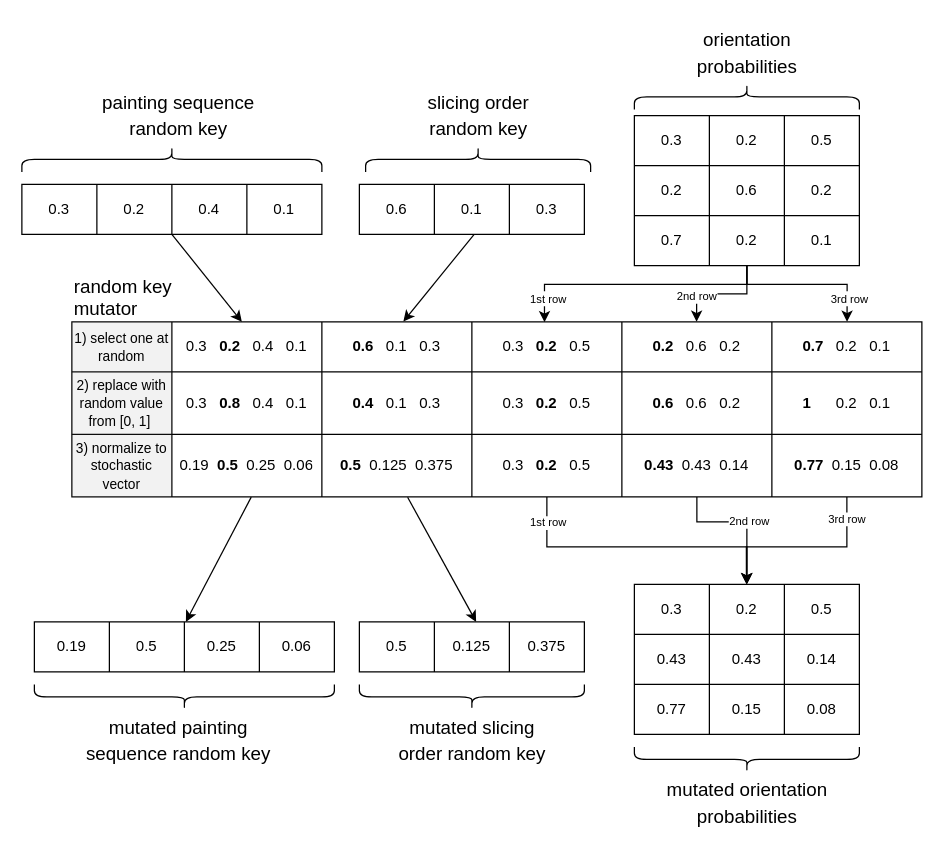
TaIos/master-thesis keeps this draw.io diagram as src/thesis/figures/muation.drawio. Above is the earlier version. Source tidied: cells renumbered, new cells numbered last; positions are measured from the earlier drawing's top-left corner, leaving out a move shared by most shapes. Both pictures are drawn from the tidied source at 125%, with x=0, y=0 at pixel (21, 21).
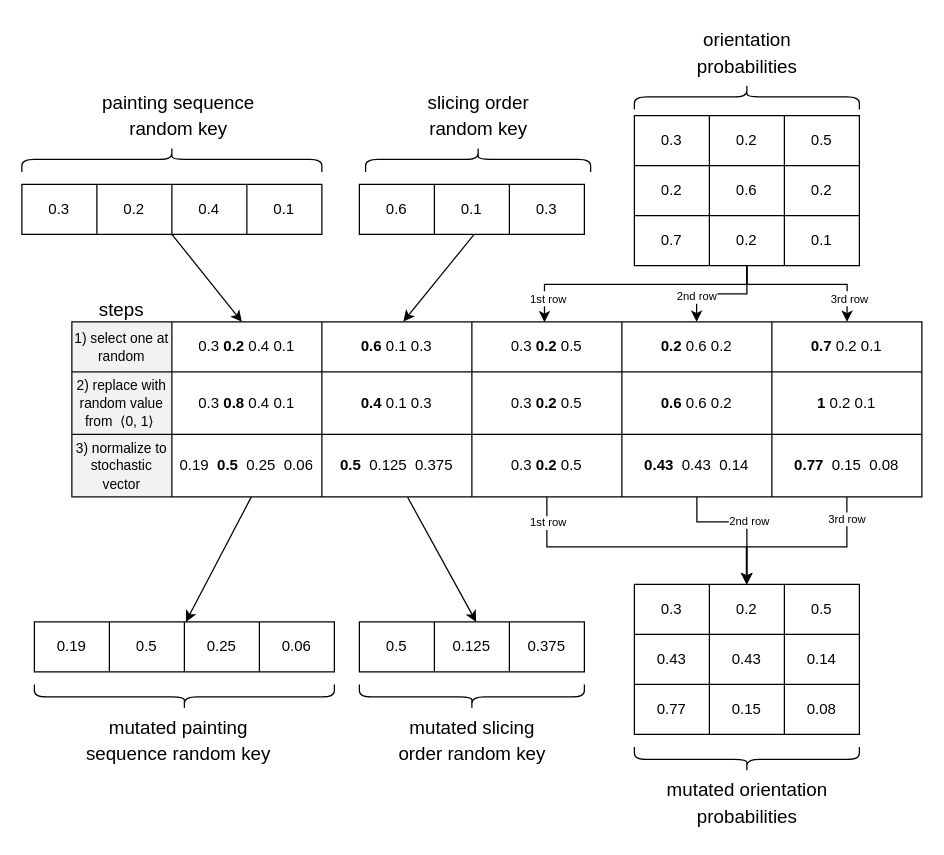
The same page after the edit.

The change refers to these unchanged cells:
```xml
<mxCell id="48" style="shape=tableRow;horizontal=0;startSize=0;swimlaneHead=0;swimlaneBody=0;top=0;left=0;bottom=0;right=0;fillColor=none;points=[[0,0.5],[1,0.5]];portConstraint=eastwest;" parent="47" vertex="1">
  <mxGeometry width="680" height="40" as="geometry" />
</mxCell>
<mxCell id="55" style="shape=tableRow;horizontal=0;startSize=0;swimlaneHead=0;swimlaneBody=0;top=0;left=0;bottom=0;right=0;fillColor=none;" parent="47" vertex="1">
  <mxGeometry y="40" width="680" height="50" as="geometry" />
</mxCell>
<mxCell id="62" style="shape=tableRow;horizontal=0;startSize=0;swimlaneHead=0;swimlaneBody=0;top=0;left=0;bottom=0;right=0;fillColor=none;points=[[0,0.5],[1,0.5]];portConstraint=eastwest;" parent="47" vertex="1">
  <mxGeometry y="90" width="680" height="50" as="geometry" />
</mxCell>
```

Change to the diagram source:
```diff
@@
-    <mxCell id="40" value="&lt;font style=&quot;font-size: 15px;&quot;&gt;random key&lt;br&gt;mutator&lt;/font&gt;" style="text;html=1;align=left;verticalAlign=middle;strokeColor=none;fillColor=none;" parent="1" vertex="1">
-      <mxGeometry x="40" y="195" width="100" height="50" as="geometry" />
+    <mxCell id="40" value="&lt;span style=&quot;font-size: 15px;&quot;&gt;steps&lt;/span&gt;" style="text;html=1;align=left;verticalAlign=middle;strokeColor=none;fillColor=none;" parent="1" vertex="1">
+      <mxGeometry x="60" y="215" width="60" height="30" as="geometry" />
     </mxCell>
@@
-    <mxCell id="50" value="0.3&lt;span style=&quot;white-space: pre;&quot;&gt;&#9;&lt;/span&gt;&lt;b&gt;0.2&lt;/b&gt;&lt;span style=&quot;white-space: pre;&quot;&gt;&#9;&lt;/span&gt;0.4&lt;span style=&quot;white-space: pre;&quot;&gt;&#9;&lt;/span&gt;0.1" style="shape=partialRectangle;html=1;whiteSpace=wrap;fillColor=none;top=0;left=0;bottom=0;right=0;overflow=hidden;" parent="48" vertex="1">
+    <mxCell id="50" value="0.3&lt;span style=&quot;white-space: pre;&quot;&gt; &lt;/span&gt;&lt;b&gt;0.2&lt;/b&gt;&lt;span style=&quot;white-space: pre;&quot;&gt; &lt;/span&gt;0.4&lt;span style=&quot;white-space: pre;&quot;&gt; &lt;/span&gt;0.1" style="shape=partialRectangle;html=1;whiteSpace=wrap;fillColor=none;top=0;left=0;bottom=0;right=0;overflow=hidden;" parent="48" vertex="1">
       <mxGeometry x="80" width="120" height="40" as="geometry" />
     </mxCell>
-    <mxCell id="51" value="&lt;b&gt;0.6&lt;/b&gt;&lt;span style=&quot;white-space: pre;&quot;&gt;&#9;&lt;/span&gt;0.1&lt;span style=&quot;white-space: pre;&quot;&gt;&#9;&lt;/span&gt;0.3" style="shape=partialRectangle;html=1;whiteSpace=wrap;fillColor=none;top=0;left=0;bottom=0;right=0;overflow=hidden;" parent="48" vertex="1">
+    <mxCell id="51" value="&lt;b&gt;0.6&lt;/b&gt;&lt;span style=&quot;white-space: pre;&quot;&gt; &lt;/span&gt;0.1&lt;span style=&quot;white-space: pre;&quot;&gt; &lt;/span&gt;0.3" style="shape=partialRectangle;html=1;whiteSpace=wrap;fillColor=none;top=0;left=0;bottom=0;right=0;overflow=hidden;" parent="48" vertex="1">
       <mxGeometry x="200" width="120" height="40" as="geometry" />
     </mxCell>
-    <mxCell id="52" value="0.3&lt;span style=&quot;white-space: pre;&quot;&gt;&#9;&lt;/span&gt;&lt;b&gt;0.2&lt;/b&gt;&lt;span style=&quot;white-space: pre;&quot;&gt;&#9;&lt;/span&gt;0.5" style="shape=partialRectangle;html=1;whiteSpace=wrap;fillColor=none;top=0;left=0;bottom=0;right=0;overflow=hidden;" parent="48" vertex="1">
+    <mxCell id="52" value="0.3&lt;span style=&quot;white-space: pre;&quot;&gt; &lt;/span&gt;&lt;b&gt;0.2&lt;/b&gt;&lt;span style=&quot;white-space: pre;&quot;&gt; &lt;/span&gt;0.5" style="shape=partialRectangle;html=1;whiteSpace=wrap;fillColor=none;top=0;left=0;bottom=0;right=0;overflow=hidden;" parent="48" vertex="1">
       <mxGeometry x="320" width="120" height="40" as="geometry" />
     </mxCell>
-    <mxCell id="53" value="&lt;b&gt;0.2&lt;/b&gt;&lt;span style=&quot;white-space: pre;&quot;&gt;&#9;&lt;/span&gt;0.6&lt;span style=&quot;white-space: pre;&quot;&gt;&#9;&lt;/span&gt;0.2" style="shape=partialRectangle;html=1;whiteSpace=wrap;fillColor=none;top=0;left=0;bottom=0;right=0;overflow=hidden;" parent="48" vertex="1">
+    <mxCell id="53" value="&lt;b&gt;0.2&lt;/b&gt;&lt;span style=&quot;white-space: pre;&quot;&gt; &lt;/span&gt;0.6&lt;span style=&quot;white-space: pre;&quot;&gt; &lt;/span&gt;0.2" style="shape=partialRectangle;html=1;whiteSpace=wrap;fillColor=none;top=0;left=0;bottom=0;right=0;overflow=hidden;" parent="48" vertex="1">
       <mxGeometry x="440" width="120" height="40" as="geometry" />
     </mxCell>
-    <mxCell id="54" value="&lt;b&gt;0.7&lt;/b&gt;&lt;span style=&quot;white-space: pre;&quot;&gt;&#9;&lt;/span&gt;0.2&lt;span style=&quot;white-space: pre;&quot;&gt;&#9;&lt;/span&gt;0.1" style="shape=partialRectangle;html=1;whiteSpace=wrap;fillColor=none;top=0;left=0;bottom=0;right=0;overflow=hidden;" parent="48" vertex="1">
+    <mxCell id="54" value="&lt;b&gt;0.7&lt;/b&gt;&lt;span style=&quot;white-space: pre;&quot;&gt; &lt;/span&gt;0.2&lt;span style=&quot;white-space: pre;&quot;&gt; &lt;/span&gt;0.1" style="shape=partialRectangle;html=1;whiteSpace=wrap;fillColor=none;top=0;left=0;bottom=0;right=0;overflow=hidden;" parent="48" vertex="1">
       <mxGeometry x="560" width="120" height="40" as="geometry" />
     </mxCell>
@@
-    <mxCell id="56" value="&lt;font style=&quot;font-size: 11px;&quot;&gt;2) replace with random value from [0, 1]&amp;nbsp;&lt;/font&gt;" style="shape=partialRectangle;html=1;whiteSpace=wrap;fillColor=#808080;top=0;left=0;bottom=0;right=0;overflow=hidden;fontColor=default;labelBorderColor=none;labelBackgroundColor=none;strokeColor=#36393d;gradientColor=none;opacity=10;" parent="55" vertex="1">
+    <mxCell id="56" value="&lt;font style=&quot;font-size: 11px;&quot;&gt;2) replace with random value from &amp;nbsp;⟨0, 1⟩&amp;nbsp;&lt;/font&gt;" style="shape=partialRectangle;html=1;whiteSpace=wrap;fillColor=#808080;top=0;left=0;bottom=0;right=0;overflow=hidden;fontColor=default;labelBorderColor=none;labelBackgroundColor=none;strokeColor=#36393d;gradientColor=none;opacity=10;" parent="55" vertex="1">
       <mxGeometry width="80" height="50" as="geometry" />
     </mxCell>
-    <mxCell id="57" value="0.3&lt;span style=&quot;white-space: pre;&quot;&gt;&#9;&lt;/span&gt;&lt;b style=&quot;border-color: var(--border-color);&quot;&gt;0.8&lt;span style=&quot;white-space: pre;&quot;&gt;&#9;&lt;/span&gt;&lt;/b&gt;0.4&lt;span style=&quot;white-space: pre;&quot;&gt;&#9;&lt;/span&gt;0.1" style="shape=partialRectangle;html=1;whiteSpace=wrap;fillColor=none;top=0;left=0;bottom=0;right=0;overflow=hidden;" parent="55" vertex="1">
+    <mxCell id="57" value="0.3&lt;span style=&quot;white-space: pre;&quot;&gt; &lt;/span&gt;&lt;b style=&quot;border-color: var(--border-color);&quot;&gt;0.8&lt;span style=&quot;white-space: pre;&quot;&gt; &lt;/span&gt;&lt;/b&gt;0.4&lt;span style=&quot;white-space: pre;&quot;&gt; &lt;/span&gt;0.1" style="shape=partialRectangle;html=1;whiteSpace=wrap;fillColor=none;top=0;left=0;bottom=0;right=0;overflow=hidden;" parent="55" vertex="1">
       <mxGeometry x="80" width="120" height="50" as="geometry" />
     </mxCell>
-    <mxCell id="58" value="&lt;b&gt;0.4&lt;/b&gt;&lt;span style=&quot;white-space: pre;&quot;&gt;&#9;&lt;/span&gt;0.1&lt;span style=&quot;white-space: pre;&quot;&gt;&#9;&lt;/span&gt;&lt;span style=&quot;border-color: var(--border-color);&quot;&gt;0.3&lt;/span&gt;" style="shape=partialRectangle;html=1;whiteSpace=wrap;fillColor=none;top=0;left=0;bottom=0;right=0;overflow=hidden;" parent="55" vertex="1">
+    <mxCell id="58" value="&lt;b&gt;0.4&lt;/b&gt;&lt;span style=&quot;white-space: pre;&quot;&gt; &lt;/span&gt;0.1&lt;span style=&quot;white-space: pre;&quot;&gt; &lt;/span&gt;&lt;span style=&quot;border-color: var(--border-color);&quot;&gt;0.3&lt;/span&gt;" style="shape=partialRectangle;html=1;whiteSpace=wrap;fillColor=none;top=0;left=0;bottom=0;right=0;overflow=hidden;" parent="55" vertex="1">
       <mxGeometry x="200" width="120" height="50" as="geometry" />
     </mxCell>
-    <mxCell id="59" value="0.3&lt;span style=&quot;white-space: pre;&quot;&gt;&#9;&lt;/span&gt;&lt;b style=&quot;border-color: var(--border-color);&quot;&gt;0.2&lt;span style=&quot;white-space: pre;&quot;&gt;&#9;&lt;/span&gt;&lt;/b&gt;0.5" style="shape=partialRectangle;html=1;whiteSpace=wrap;fillColor=none;top=0;left=0;bottom=0;right=0;overflow=hidden;" parent="55" vertex="1">
+    <mxCell id="59" value="0.3&lt;span style=&quot;white-space: pre;&quot;&gt; &lt;/span&gt;&lt;b style=&quot;border-color: var(--border-color);&quot;&gt;0.2&lt;span style=&quot;white-space: pre;&quot;&gt; &lt;/span&gt;&lt;/b&gt;0.5" style="shape=partialRectangle;html=1;whiteSpace=wrap;fillColor=none;top=0;left=0;bottom=0;right=0;overflow=hidden;" parent="55" vertex="1">
       <mxGeometry x="320" width="120" height="50" as="geometry" />
     </mxCell>
-    <mxCell id="60" value="&lt;b style=&quot;border-color: var(--border-color);&quot;&gt;0.6&lt;span style=&quot;white-space: pre;&quot;&gt;&#9;&lt;/span&gt;&lt;/b&gt;0.6&lt;span style=&quot;white-space: pre;&quot;&gt;&#9;&lt;/span&gt;0.2" style="shape=partialRectangle;html=1;whiteSpace=wrap;fillColor=none;top=0;left=0;bottom=0;right=0;overflow=hidden;" parent="55" vertex="1">
+    <mxCell id="60" value="&lt;b style=&quot;border-color: var(--border-color);&quot;&gt;0.6&lt;span style=&quot;white-space: pre;&quot;&gt; &lt;/span&gt;&lt;/b&gt;0.6&lt;span style=&quot;white-space: pre;&quot;&gt; &lt;/span&gt;0.2" style="shape=partialRectangle;html=1;whiteSpace=wrap;fillColor=none;top=0;left=0;bottom=0;right=0;overflow=hidden;" parent="55" vertex="1">
       <mxGeometry x="440" width="120" height="50" as="geometry" />
     </mxCell>
-    <mxCell id="61" value="&lt;span style=&quot;border-color: var(--border-color);&quot;&gt;&lt;b&gt;1&lt;span style=&quot;white-space: pre;&quot;&gt;&#9;&lt;/span&gt;&lt;/b&gt;&lt;/span&gt;0.2&lt;span style=&quot;white-space: pre;&quot;&gt;&#9;&lt;/span&gt;0.1" style="shape=partialRectangle;html=1;whiteSpace=wrap;fillColor=none;top=0;left=0;bottom=0;right=0;overflow=hidden;" parent="55" vertex="1">
+    <mxCell id="61" value="&lt;span style=&quot;border-color: var(--border-color);&quot;&gt;&lt;b&gt;1&lt;span style=&quot;white-space: pre;&quot;&gt; &lt;/span&gt;&lt;/b&gt;&lt;/span&gt;0.2&lt;span style=&quot;white-space: pre;&quot;&gt; &lt;/span&gt;0.1" style="shape=partialRectangle;html=1;whiteSpace=wrap;fillColor=none;top=0;left=0;bottom=0;right=0;overflow=hidden;" parent="55" vertex="1">
       <mxGeometry x="560" width="120" height="50" as="geometry" />
     </mxCell>
@@
-    <mxCell id="66" value="0.3&lt;span style=&quot;white-space: pre;&quot;&gt;&#9;&lt;/span&gt;&lt;b&gt;0.2&lt;/b&gt;&lt;span style=&quot;white-space: pre;&quot;&gt;&#9;&lt;/span&gt;0.5" style="shape=partialRectangle;html=1;whiteSpace=wrap;fillColor=none;top=0;left=0;bottom=0;right=0;overflow=hidden;" parent="62" vertex="1">
+    <mxCell id="66" value="0.3&lt;span style=&quot;white-space: pre;&quot;&gt; &lt;/span&gt;&lt;b&gt;0.2&lt;/b&gt;&lt;span style=&quot;white-space: pre;&quot;&gt; &lt;/span&gt;0.5" style="shape=partialRectangle;html=1;whiteSpace=wrap;fillColor=none;top=0;left=0;bottom=0;right=0;overflow=hidden;" parent="62" vertex="1">
       <mxGeometry x="320" width="120" height="50" as="geometry" />
     </mxCell>
```
